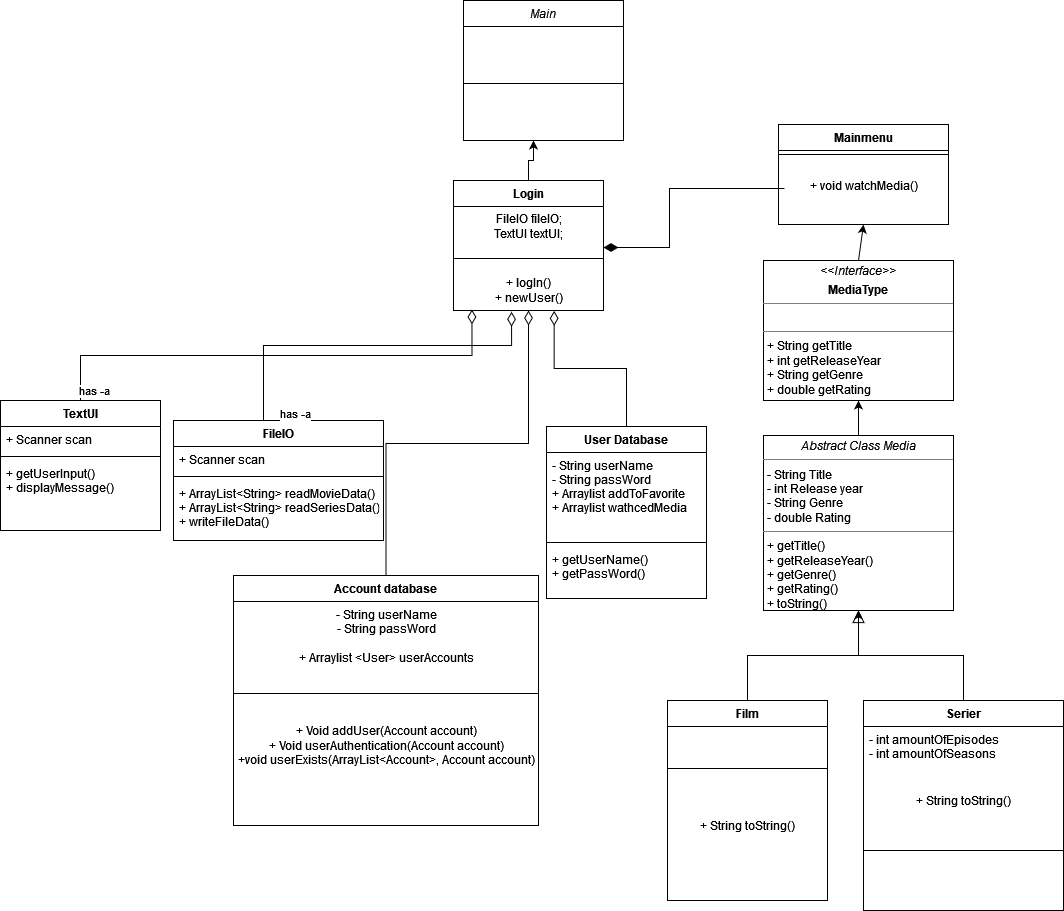
havvand/SP_3 keeps this draw.io diagram as src/Diagrams/Unavngivet diagram.drawio.png. Above is the earlier version. Source tidied: cells renumbered, new cells last; positions are measured from the earlier drawing's top-left corner, leaving out a move shared by most shapes.
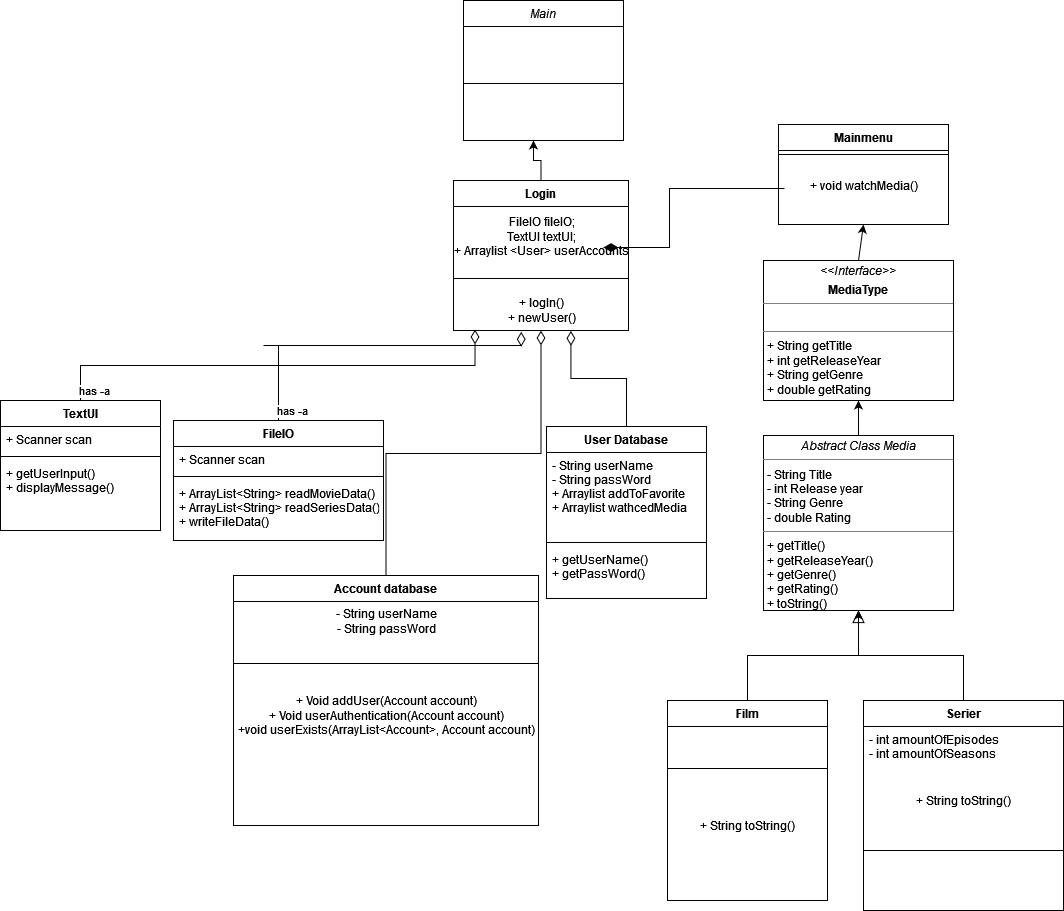
After the change.

What changed in the source:
```diff
@@ -11,14 +11,14 @@
     <mxCell id="4" value="Account database" style="swimlane;fontStyle=1;align=center;verticalAlign=top;horizontal=1;startSize=26;rounded=0;shadow=0;strokeWidth=1;" parent="1" vertex="1">
       <mxGeometry x="233" y="575" width="305" height="250" as="geometry" />
     </mxCell>
-    <mxCell id="5" value="&lt;div&gt;- String userName&lt;/div&gt;&lt;div&gt;- String passWord&lt;/div&gt;&lt;div&gt;&lt;br&gt;&lt;/div&gt;&lt;div&gt;+ Arraylist &amp;lt;User&amp;gt; userAccounts&lt;/div&gt;" style="text;html=1;align=center;verticalAlign=middle;strokeColor=none;fillColor=none;" parent="4" vertex="1">
-      <mxGeometry y="26" width="305" height="70" as="geometry" />
+    <mxCell id="5" value="&lt;div&gt;- String userName&lt;/div&gt;&lt;div&gt;- String passWord&lt;/div&gt;" style="text;html=1;align=center;verticalAlign=middle;strokeColor=none;fillColor=none;" parent="4" vertex="1">
+      <mxGeometry y="26" width="305" height="40" as="geometry" />
     </mxCell>
     <mxCell id="6" style="line;html=1;strokeWidth=1;align=left;verticalAlign=middle;spacingTop=-1;spacingLeft=3;spacingRight=3;labelPosition=right;" parent="4" vertex="1">
-      <mxGeometry y="96" width="305" height="44" as="geometry" />
+      <mxGeometry y="66" width="305" height="44" as="geometry" />
     </mxCell>
     <mxCell id="7" value="+ Void addUser(Account account)&lt;div&gt;+ Void userAuthentication(Account account)&lt;/div&gt;&lt;div&gt;+void userExists(ArrayList&amp;lt;Account&amp;gt;, Account account)&lt;br&gt;&lt;/div&gt;" style="text;html=1;align=center;verticalAlign=middle;strokeColor=none;fillColor=none;" parent="4" vertex="1">
-      <mxGeometry y="140" width="305" height="60" as="geometry" />
+      <mxGeometry y="110" width="305" height="60" as="geometry" />
     </mxCell>
     <mxCell id="8" style="endArrow=diamondThin;endSize=12;endFill=0;shadow=0;strokeWidth=1;rounded=0;edgeStyle=elbowEdgeStyle;elbow=vertical;entryX=0.5;entryY=1;entryDx=0;entryDy=0;" parent="1" edge="1" source="4" target="18">
       <mxGeometry relative="1" as="geometry" />
@@ -53,16 +53,16 @@
       </mxGeometry>
     </mxCell>
     <mxCell id="18" value="Login" style="swimlane;fontStyle=1;align=center;verticalAlign=top;horizontal=1;startSize=26;rounded=0;shadow=0;strokeWidth=1;" parent="1" vertex="1">
-      <mxGeometry x="453" y="180" width="150" height="130" as="geometry" />
+      <mxGeometry x="453" y="180" width="175" height="150" as="geometry" />
     </mxCell>
-    <mxCell id="19" value="&lt;div&gt;FileIO fileIO;&lt;/div&gt;&lt;div&gt;TextUI textUI;&lt;br&gt;&lt;/div&gt;" style="text;html=1;align=center;verticalAlign=middle;strokeColor=none;fillColor=none;" parent="18" vertex="1">
-      <mxGeometry y="26" width="150" height="40" as="geometry" />
+    <mxCell id="19" value="&lt;div&gt;FileIO fileIO;&lt;/div&gt;&lt;div&gt;TextUI textUI;&lt;/div&gt;&lt;div&gt;+ Arraylist &amp;lt;User&amp;gt; userAccounts&lt;/div&gt;" style="text;html=1;align=center;verticalAlign=middle;strokeColor=none;fillColor=none;" parent="18" vertex="1">
+      <mxGeometry y="26" width="175" height="60" as="geometry" />
     </mxCell>
     <mxCell id="20" style="line;html=1;strokeWidth=1;align=left;verticalAlign=middle;spacingTop=-1;spacingLeft=3;spacingRight=3;labelPosition=right;" parent="18" vertex="1">
-      <mxGeometry y="66" width="150" height="24" as="geometry" />
+      <mxGeometry y="86" width="175" height="24" as="geometry" />
     </mxCell>
     <mxCell id="21" value="&lt;div&gt;+ logIn()&lt;br&gt;&lt;/div&gt;&lt;div&gt;+ newUser()&lt;/div&gt;" style="text;html=1;align=center;verticalAlign=middle;points=[];strokeColor=none;fillColor=none;" parent="18" vertex="1">
-      <mxGeometry y="90" width="150" height="40" as="geometry" />
+      <mxGeometry y="110" width="175" height="40" as="geometry" />
     </mxCell>
     <mxCell id="22" style="edgeStyle=orthogonalEdgeStyle;rounded=0;orthogonalLoop=1;jettySize=auto;html=1;endArrow=diamondThin;endFill=1;endSize=12;" parent="1" edge="1">
       <mxGeometry relative="1" as="geometry">
```
